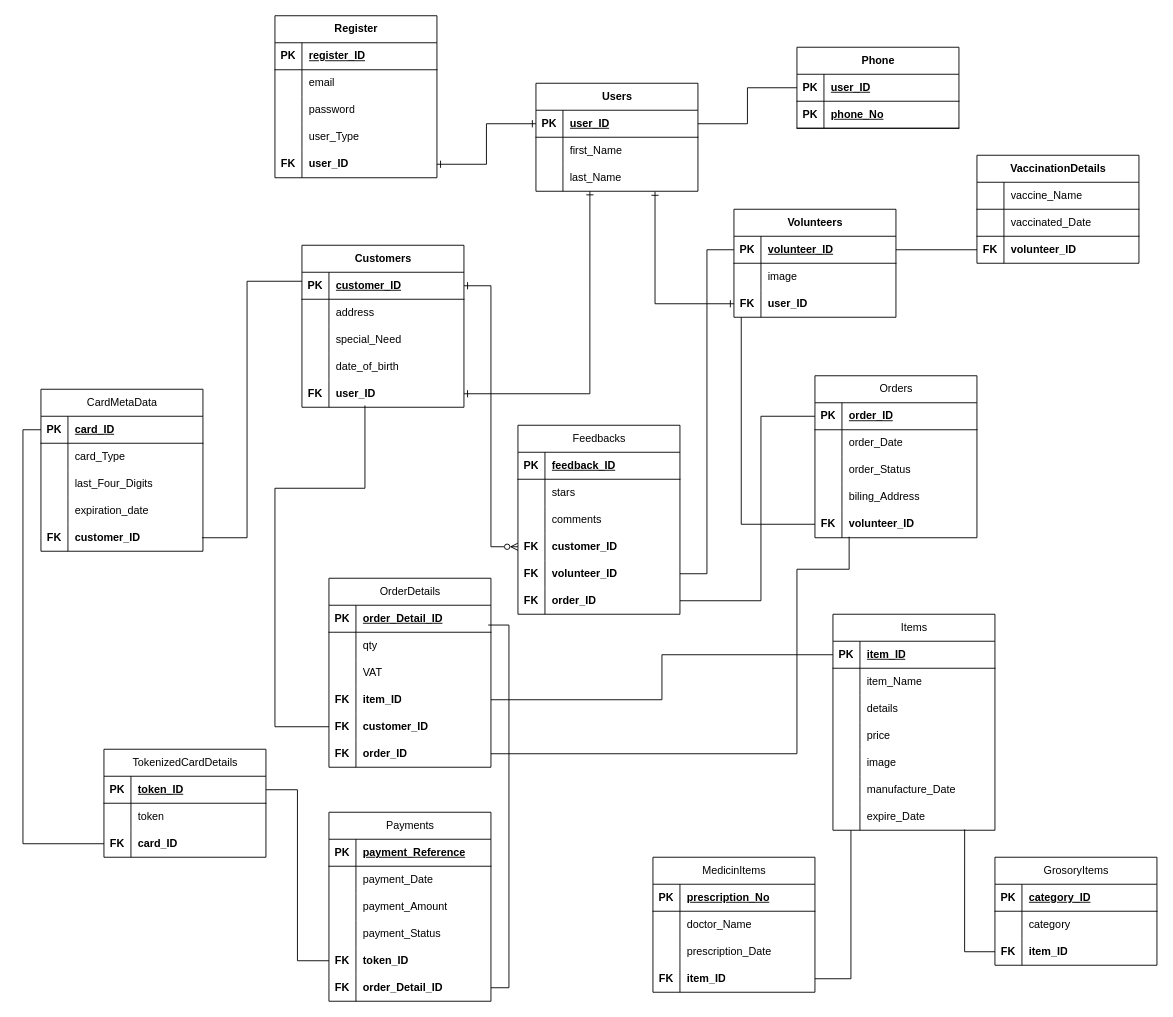
AnjeloM/AnjeloM keeps this draw.io diagram as System Analysis and Design ER Diagram.drawio. Above is the earlier version. Source tidied: cells renumbered, new cells numbered last; positions are measured from the earlier drawing's top-left corner, leaving out a move shared by most shapes. Both pictures are drawn from the tidied source at 90%, with x=0, y=0 at pixel (40, 15).
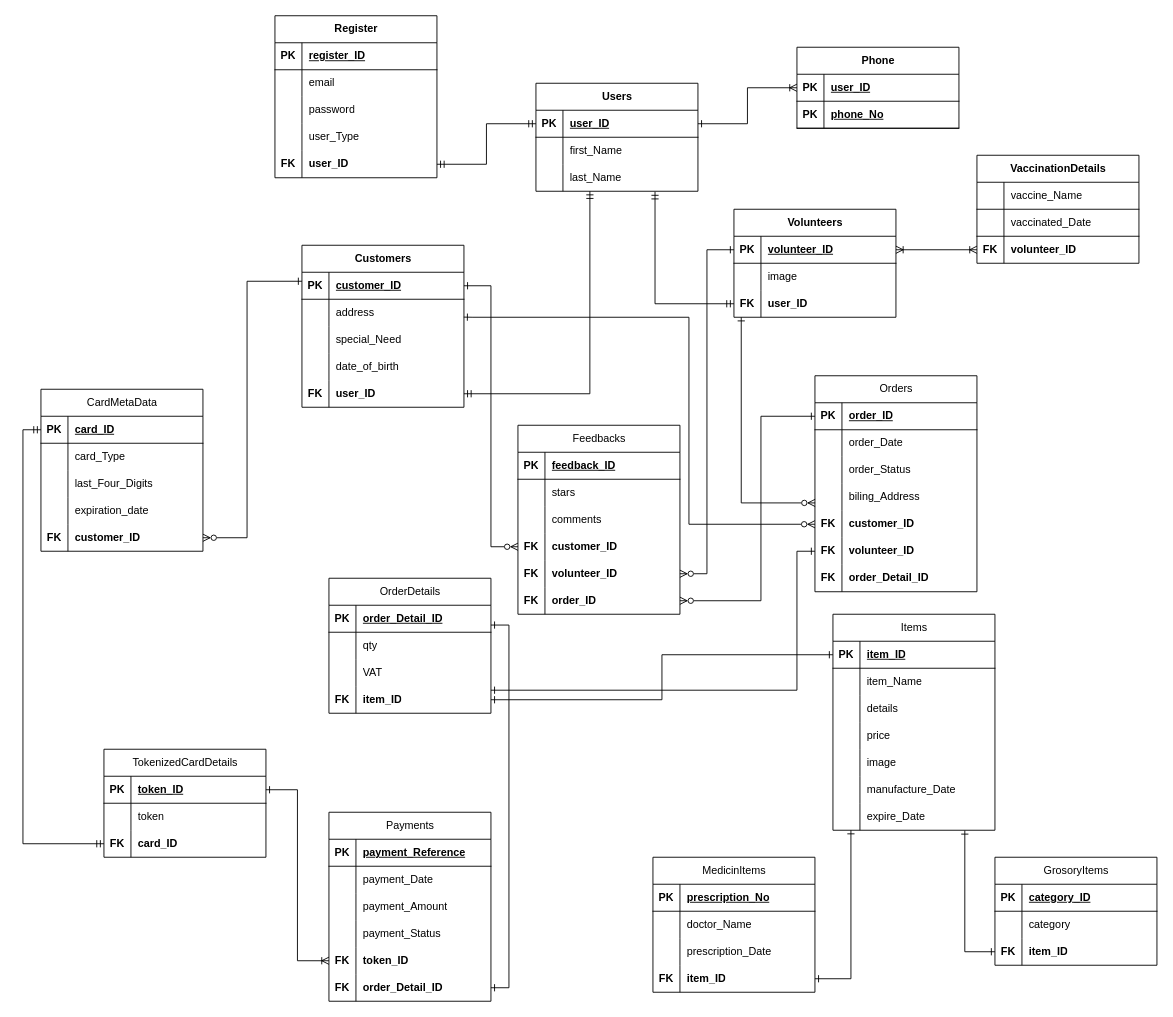
Above is the later version.

The change refers to these unchanged cells:
```xml
<mxCell id="3" style="shape=tableRow;horizontal=0;startSize=0;swimlaneHead=0;swimlaneBody=0;fillColor=none;points=[[0,0.5],[1,0.5]];portConstraint=eastwest;top=0;left=0;right=0;bottom=1;" parent="2" vertex="1">
  <mxGeometry y="30" width="180" height="30" as="geometry" />
</mxCell>
<mxCell id="9" style="shape=tableRow;horizontal=0;startSize=0;swimlaneHead=0;swimlaneBody=0;fillColor=none;points=[[0,0.5],[1,0.5]];portConstraint=eastwest;top=0;left=0;right=0;bottom=0;" parent="2" vertex="1">
  <mxGeometry y="90" width="180" height="30" as="geometry" />
</mxCell>
<mxCell id="13" style="shape=tableRow;horizontal=0;startSize=0;swimlaneHead=0;swimlaneBody=0;fillColor=none;points=[[0,0.5],[1,0.5]];portConstraint=eastwest;top=0;left=0;right=0;bottom=1;" parent="12" vertex="1">
  <mxGeometry y="30" width="180" height="30" as="geometry" />
</mxCell>
<mxCell id="32" style="shape=tableRow;horizontal=0;startSize=0;swimlaneHead=0;swimlaneBody=0;fillColor=none;points=[[0,0.5],[1,0.5]];portConstraint=eastwest;top=0;left=0;right=0;bottom=0;" parent="19" vertex="1">
  <mxGeometry y="150" width="180" height="30" as="geometry" />
</mxCell>
<mxCell id="39" style="shape=tableRow;horizontal=0;startSize=0;swimlaneHead=0;swimlaneBody=0;fillColor=none;points=[[0,0.5],[1,0.5]];portConstraint=eastwest;top=0;left=0;right=0;bottom=0;" parent="35" vertex="1">
  <mxGeometry y="60" width="180" height="30" as="geometry" />
</mxCell>
<mxCell id="48" style="shape=tableRow;horizontal=0;startSize=0;swimlaneHead=0;swimlaneBody=0;fillColor=none;points=[[0,0.5],[1,0.5]];portConstraint=eastwest;top=0;left=0;right=0;bottom=0;" parent="35" vertex="1">
  <mxGeometry y="150" width="180" height="30" as="geometry" />
</mxCell>
<mxCell id="52" style="shape=tableRow;horizontal=0;startSize=0;swimlaneHead=0;swimlaneBody=0;fillColor=none;points=[[0,0.5],[1,0.5]];portConstraint=eastwest;top=0;left=0;right=0;bottom=1;" parent="51" vertex="1">
  <mxGeometry y="30" width="180" height="30" as="geometry" />
</mxCell>
<mxCell id="58" style="shape=tableRow;horizontal=0;startSize=0;swimlaneHead=0;swimlaneBody=0;fillColor=none;points=[[0,0.5],[1,0.5]];portConstraint=eastwest;top=0;left=0;right=0;bottom=0;" parent="51" vertex="1">
  <mxGeometry y="90" width="180" height="30" as="geometry" />
</mxCell>
<mxCell id="68" style="shape=tableRow;horizontal=0;startSize=0;swimlaneHead=0;swimlaneBody=0;fillColor=none;points=[[0,0.5],[1,0.5]];portConstraint=eastwest;top=0;left=0;right=0;bottom=0;" parent="61" vertex="1">
  <mxGeometry y="90" width="180" height="30" as="geometry" />
</mxCell>
<mxCell id="72" style="shape=tableRow;horizontal=0;startSize=0;swimlaneHead=0;swimlaneBody=0;fillColor=none;points=[[0,0.5],[1,0.5]];portConstraint=eastwest;top=0;left=0;right=0;bottom=1;" parent="71" vertex="1">
  <mxGeometry y="30" width="180" height="30" as="geometry" />
</mxCell>
<mxCell id="78" style="shape=tableRow;horizontal=0;startSize=0;swimlaneHead=0;swimlaneBody=0;fillColor=none;points=[[0,0.5],[1,0.5]];portConstraint=eastwest;top=0;left=0;right=0;bottom=0;" parent="71" vertex="1">
  <mxGeometry y="90" width="180" height="30" as="geometry" />
</mxCell>
<mxCell id="82" style="shape=tableRow;horizontal=0;startSize=0;swimlaneHead=0;swimlaneBody=0;fillColor=none;points=[[0,0.5],[1,0.5]];portConstraint=eastwest;top=0;left=0;right=0;bottom=1;" parent="81" vertex="1">
  <mxGeometry y="30" width="180" height="30" as="geometry" />
</mxCell>
<mxCell id="110" style="shape=tableRow;horizontal=0;startSize=0;swimlaneHead=0;swimlaneBody=0;fillColor=none;points=[[0,0.5],[1,0.5]];portConstraint=eastwest;top=0;left=0;right=0;bottom=0;" parent="97" vertex="1">
  <mxGeometry y="150" width="180" height="30" as="geometry" />
</mxCell>
<mxCell id="113" style="shape=tableRow;horizontal=0;startSize=0;swimlaneHead=0;swimlaneBody=0;fillColor=none;points=[[0,0.5],[1,0.5]];portConstraint=eastwest;top=0;left=0;right=0;bottom=0;" parent="97" vertex="1">
  <mxGeometry y="180" width="180" height="30" as="geometry" />
</mxCell>
<mxCell id="117" style="shape=tableRow;horizontal=0;startSize=0;swimlaneHead=0;swimlaneBody=0;fillColor=none;points=[[0,0.5],[1,0.5]];portConstraint=eastwest;top=0;left=0;right=0;bottom=1;" parent="116" vertex="1">
  <mxGeometry y="30" width="180" height="30" as="geometry" />
</mxCell>
<mxCell id="135" style="shape=tableRow;horizontal=0;startSize=0;swimlaneHead=0;swimlaneBody=0;fillColor=none;points=[[0,0.5],[1,0.5]];portConstraint=eastwest;top=0;left=0;right=0;bottom=0;" parent="116" vertex="1">
  <mxGeometry y="210" width="180" height="30" as="geometry" />
</mxCell>
<mxCell id="145" style="shape=tableRow;horizontal=0;startSize=0;swimlaneHead=0;swimlaneBody=0;fillColor=none;points=[[0,0.5],[1,0.5]];portConstraint=eastwest;top=0;left=0;right=0;bottom=0;" parent="138" vertex="1">
  <mxGeometry y="90" width="180" height="30" as="geometry" />
</mxCell>
<mxCell id="158" style="shape=tableRow;horizontal=0;startSize=0;swimlaneHead=0;swimlaneBody=0;fillColor=none;points=[[0,0.5],[1,0.5]];portConstraint=eastwest;top=0;left=0;right=0;bottom=0;" parent="148" vertex="1">
  <mxGeometry y="120" width="180" height="30" as="geometry" />
</mxCell>
<mxCell id="162" style="shape=tableRow;horizontal=0;startSize=0;swimlaneHead=0;swimlaneBody=0;fillColor=none;points=[[0,0.5],[1,0.5]];portConstraint=eastwest;top=0;left=0;right=0;bottom=1;" parent="161" vertex="1">
  <mxGeometry y="30" width="180" height="30" as="geometry" />
</mxCell>
<mxCell id="171" style="shape=tableRow;horizontal=0;startSize=0;swimlaneHead=0;swimlaneBody=0;fillColor=none;points=[[0,0.5],[1,0.5]];portConstraint=eastwest;top=0;left=0;right=0;bottom=0;" parent="161" vertex="1">
  <mxGeometry y="120" width="180" height="30" as="geometry" />
</mxCell>
<mxCell id="190" style="shape=tableRow;horizontal=0;startSize=0;swimlaneHead=0;swimlaneBody=0;fillColor=none;points=[[0,0.5],[1,0.5]];portConstraint=eastwest;top=0;left=0;right=0;bottom=0;" parent="177" vertex="1">
  <mxGeometry y="150" width="180" height="30" as="geometry" />
</mxCell>
<mxCell id="193" style="shape=tableRow;horizontal=0;startSize=0;swimlaneHead=0;swimlaneBody=0;fillColor=none;points=[[0,0.5],[1,0.5]];portConstraint=eastwest;top=0;left=0;right=0;bottom=0;" parent="177" vertex="1">
  <mxGeometry y="180" width="180" height="30" as="geometry" />
</mxCell>
<mxCell id="197" style="shape=tableRow;horizontal=0;startSize=0;swimlaneHead=0;swimlaneBody=0;fillColor=none;points=[[0,0.5],[1,0.5]];portConstraint=eastwest;top=0;left=0;right=0;bottom=1;" parent="196" vertex="1">
  <mxGeometry y="30" width="180" height="30" as="geometry" />
</mxCell>
<mxCell id="206" style="shape=tableRow;horizontal=0;startSize=0;swimlaneHead=0;swimlaneBody=0;fillColor=none;points=[[0,0.5],[1,0.5]];portConstraint=eastwest;top=0;left=0;right=0;bottom=0;" parent="196" vertex="1">
  <mxGeometry y="120" width="180" height="30" as="geometry" />
</mxCell>
```

Change to the diagram source:
```diff
@@
     <mxCell id="161" value="Orders" style="shape=table;startSize=30;childLayout=tableLayout;rowLines=0;fontStyle=0;align=center;html=1;" parent="1" vertex="1">
-      <mxGeometry x="860" y="400" width="180" height="180" as="geometry" />
+      <mxGeometry x="860" y="400" width="180" height="240" as="geometry" />
     </mxCell>
@@
+    <mxCell id="233" style="shape=tableRow;horizontal=0;startSize=0;swimlaneHead=0;swimlaneBody=0;fillColor=none;points=[[0,0.5],[1,0.5]];portConstraint=eastwest;top=0;left=0;right=0;bottom=0;fontStyle=0;" parent="161" vertex="1">
+      <mxGeometry y="150" width="180" height="30" as="geometry" />
+    </mxCell>
+    <mxCell id="234" value="FK" style="shape=partialRectangle;fillColor=none;top=0;left=0;bottom=0;right=0;overflow=hidden;whiteSpace=wrap;html=1;fontStyle=1;" parent="233" vertex="1">
+      <mxGeometry width="30" height="30" as="geometry" />
+    </mxCell>
+    <mxCell id="211" value="customer_ID" style="shape=partialRectangle;fillColor=none;top=0;left=0;bottom=0;right=0;align=left;spacingLeft=6;overflow=hidden;whiteSpace=wrap;html=1;fontStyle=1;" parent="233" vertex="1">
+      <mxGeometry x="30" width="150" height="30" as="geometry" />
+    </mxCell>
     <mxCell id="174" style="shape=tableRow;horizontal=0;startSize=0;swimlaneHead=0;swimlaneBody=0;fillColor=none;points=[[0,0.5],[1,0.5]];portConstraint=eastwest;top=0;left=0;right=0;bottom=0;" parent="161" vertex="1">
-      <mxGeometry y="150" width="180" height="30" as="geometry" />
+      <mxGeometry y="180" width="180" height="30" as="geometry" />
     </mxCell>
@@
+    <mxCell id="235" style="shape=tableRow;horizontal=0;startSize=0;swimlaneHead=0;swimlaneBody=0;fillColor=none;top=0;left=0;right=0;bottom=0;" parent="161" vertex="1">
+      <mxGeometry y="210" width="180" height="30" as="geometry" />
+    </mxCell>
+    <mxCell id="236" value="FK" style="shape=partialRectangle;fillColor=none;top=0;left=0;bottom=0;right=0;overflow=hidden;whiteSpace=wrap;html=1;fontStyle=1;" parent="235" vertex="1">
+      <mxGeometry width="30" height="30" as="geometry" />
+    </mxCell>
+    <mxCell id="237" value="order_Detail_ID" style="shape=partialRectangle;fillColor=none;top=0;left=0;bottom=0;right=0;align=left;spacingLeft=6;overflow=hidden;whiteSpace=wrap;html=1;fontStyle=1;" parent="235" vertex="1">
+      <mxGeometry x="30" width="150" height="30" as="geometry" />
+    </mxCell>
@@
     <mxCell id="196" value="OrderDetails" style="shape=table;startSize=30;childLayout=tableLayout;rowLines=0;fontStyle=0;align=center;html=1;" parent="1" vertex="1">
-      <mxGeometry x="320" y="625" width="180" height="210" as="geometry" />
+      <mxGeometry x="320" y="625" width="180" height="150" as="geometry" />
     </mxCell>
@@
-    <mxCell id="209" style="shape=tableRow;horizontal=0;startSize=0;swimlaneHead=0;swimlaneBody=0;fillColor=none;points=[[0,0.5],[1,0.5]];portConstraint=eastwest;top=0;left=0;right=0;bottom=0;" parent="196" vertex="1">
-      <mxGeometry y="150" width="180" height="30" as="geometry" />
-    </mxCell>
-    <mxCell id="210" value="FK" style="shape=partialRectangle;fillColor=none;top=0;left=0;bottom=0;right=0;overflow=hidden;whiteSpace=wrap;html=1;fontStyle=1;" parent="209" vertex="1">
-      <mxGeometry width="30" height="30" as="geometry" />
-    </mxCell>
-    <mxCell id="211" value="customer_ID" style="shape=partialRectangle;fillColor=none;top=0;left=0;bottom=0;right=0;align=left;spacingLeft=6;overflow=hidden;whiteSpace=wrap;html=1;fontStyle=1;" parent="209" vertex="1">
-      <mxGeometry x="30" width="150" height="30" as="geometry" />
-    </mxCell>
-    <mxCell id="212" style="shape=tableRow;horizontal=0;startSize=0;swimlaneHead=0;swimlaneBody=0;fillColor=none;points=[[0,0.5],[1,0.5]];portConstraint=eastwest;top=0;left=0;right=0;bottom=0;" parent="196" vertex="1">
-      <mxGeometry y="180" width="180" height="30" as="geometry" />
-    </mxCell>
-    <mxCell id="213" value="FK" style="shape=partialRectangle;fillColor=none;top=0;left=0;bottom=0;right=0;overflow=hidden;whiteSpace=wrap;html=1;fontStyle=1;" parent="212" vertex="1">
-      <mxGeometry width="30" height="30" as="geometry" />
-    </mxCell>
-    <mxCell id="214" value="order_ID" style="shape=partialRectangle;fillColor=none;top=0;left=0;bottom=0;right=0;align=left;spacingLeft=6;overflow=hidden;whiteSpace=wrap;html=1;fontStyle=1;" parent="212" vertex="1">
-      <mxGeometry x="30" width="150" height="30" as="geometry" />
-    </mxCell>
-    <mxCell id="215" style="edgeStyle=orthogonalEdgeStyle;rounded=0;jettySize=auto;html=1;entryX=0.333;entryY=1;entryDx=0;entryDy=0;entryPerimeter=0;endArrow=ERone;endFill=0;startArrow=ERone;startFill=0;" parent="1" edge="1" source="48" target="9">
+    <mxCell id="215" style="edgeStyle=orthogonalEdgeStyle;rounded=0;jettySize=auto;html=1;entryX=0.333;entryY=1;entryDx=0;entryDy=0;entryPerimeter=0;endArrow=ERmandOne;endFill=0;startArrow=ERmandOne;startFill=0;" parent="1" edge="1" source="48" target="9">
       <mxGeometry relative="1" as="geometry" />
     </mxCell>
-    <mxCell id="216" style="edgeStyle=orthogonalEdgeStyle;rounded=0;jettySize=auto;html=1;entryX=0.735;entryY=1.017;entryDx=0;entryDy=0;entryPerimeter=0;endArrow=ERone;endFill=0;startArrow=ERone;startFill=0;" parent="1" edge="1" source="58" target="9">
+    <mxCell id="216" style="edgeStyle=orthogonalEdgeStyle;rounded=0;jettySize=auto;html=1;entryX=0.735;entryY=1.017;entryDx=0;entryDy=0;entryPerimeter=0;endArrow=ERmandOne;endFill=0;startArrow=ERmandOne;startFill=0;" parent="1" edge="1" source="58" target="9">
       <mxGeometry relative="1" as="geometry" />
     </mxCell>
-    <mxCell id="217" style="edgeStyle=orthogonalEdgeStyle;rounded=0;jettySize=auto;html=1;entryX=1;entryY=0.5;entryDx=0;entryDy=0;endArrow=none;endFill=0;" parent="1" edge="1" source="13" target="3">
+    <mxCell id="217" style="edgeStyle=orthogonalEdgeStyle;rounded=0;jettySize=auto;html=1;entryX=1;entryY=0.5;entryDx=0;entryDy=0;endArrow=ERone;endFill=0;startArrow=ERoneToMany;startFill=0;" parent="1" edge="1" source="13" target="3">
       <mxGeometry relative="1" as="geometry" />
     </mxCell>
-    <mxCell id="218" style="edgeStyle=orthogonalEdgeStyle;rounded=0;jettySize=auto;html=1;entryX=0;entryY=0.5;entryDx=0;entryDy=0;endArrow=ERone;endFill=0;startArrow=ERone;startFill=0;" parent="1" edge="1" source="32" target="3">
+    <mxCell id="218" style="edgeStyle=orthogonalEdgeStyle;rounded=0;jettySize=auto;html=1;entryX=0;entryY=0.5;entryDx=0;entryDy=0;endArrow=ERmandOne;endFill=0;startArrow=ERmandOne;startFill=0;" parent="1" edge="1" source="32" target="3">
       <mxGeometry relative="1" as="geometry" />
     </mxCell>
-    <mxCell id="219" style="edgeStyle=orthogonalEdgeStyle;rounded=0;jettySize=auto;html=1;entryX=1;entryY=0.5;entryDx=0;entryDy=0;endArrow=none;endFill=0;" parent="1" edge="1" source="68" target="52">
+    <mxCell id="219" style="edgeStyle=orthogonalEdgeStyle;rounded=0;jettySize=auto;html=1;entryX=1;entryY=0.5;entryDx=0;entryDy=0;endArrow=ERoneToMany;endFill=0;startArrow=ERoneToMany;startFill=0;" parent="1" edge="1" source="68" target="52">
       <mxGeometry relative="1" as="geometry" />
     </mxCell>
-    <mxCell id="220" style="edgeStyle=orthogonalEdgeStyle;rounded=0;jettySize=auto;html=1;entryX=0.111;entryY=1;entryDx=0;entryDy=0;entryPerimeter=0;endArrow=none;endFill=0;" parent="1" edge="1" source="158" target="135">
+    <mxCell id="220" style="edgeStyle=orthogonalEdgeStyle;rounded=0;jettySize=auto;html=1;entryX=0.111;entryY=1;entryDx=0;entryDy=0;entryPerimeter=0;endArrow=ERone;endFill=0;startArrow=ERone;startFill=0;" parent="1" edge="1" source="158" target="135">
       <mxGeometry relative="1" as="geometry" />
     </mxCell>
-    <mxCell id="221" style="edgeStyle=orthogonalEdgeStyle;rounded=0;jettySize=auto;html=1;entryX=0.045;entryY=1.002;entryDx=0;entryDy=0;entryPerimeter=0;endArrow=none;endFill=0;" parent="1" edge="1" source="174" target="58">
+    <mxCell id="221" style="edgeStyle=orthogonalEdgeStyle;rounded=0;jettySize=auto;html=1;entryX=0.045;entryY=1.002;entryDx=0;entryDy=0;entryPerimeter=0;endArrow=ERone;endFill=0;startArrow=ERzeroToMany;startFill=0;exitX=0.001;exitY=0.71;exitDx=0;exitDy=0;exitPerimeter=0;" parent="1" edge="1" source="171" target="58">
       <mxGeometry relative="1" as="geometry">
         <Array as="points">
-          <mxPoint x="778" y="565" />
+          <mxPoint x="778" y="541" />
         </Array>
       </mxGeometry>
     </mxCell>
@@
-    <mxCell id="223" style="edgeStyle=orthogonalEdgeStyle;rounded=0;jettySize=auto;html=1;endArrow=none;endFill=0;" parent="1" edge="1" source="110" target="52">
+    <mxCell id="223" style="edgeStyle=orthogonalEdgeStyle;rounded=0;jettySize=auto;html=1;endArrow=ERone;endFill=0;startArrow=ERzeroToMany;startFill=0;" parent="1" edge="1" source="110" target="52">
       <mxGeometry relative="1" as="geometry" />
     </mxCell>
-    <mxCell id="224" style="edgeStyle=orthogonalEdgeStyle;rounded=0;jettySize=auto;html=1;endArrow=none;endFill=0;" parent="1" edge="1" source="113" target="162">
+    <mxCell id="224" style="edgeStyle=orthogonalEdgeStyle;rounded=0;jettySize=auto;html=1;endArrow=ERone;endFill=0;startArrow=ERzeroToMany;startFill=0;" parent="1" edge="1" source="113" target="162">
       <mxGeometry relative="1" as="geometry">
         <Array as="points">
           <mxPoint x="800" y="650" />
           <mxPoint x="800" y="445" />
         </Array>
       </mxGeometry>
     </mxCell>
-    <mxCell id="225" style="edgeStyle=orthogonalEdgeStyle;rounded=0;jettySize=auto;html=1;endArrow=none;endFill=0;" parent="1" edge="1" source="206" target="117">
+    <mxCell id="225" style="edgeStyle=orthogonalEdgeStyle;rounded=0;jettySize=auto;html=1;endArrow=ERone;endFill=0;startArrow=ERone;startFill=0;" parent="1" edge="1" source="206" target="117">
       <mxGeometry relative="1" as="geometry" />
     </mxCell>
-    <mxCell id="226" style="edgeStyle=orthogonalEdgeStyle;rounded=0;jettySize=auto;html=1;endArrow=none;endFill=0;" parent="1" edge="1" source="209">
-      <mxGeometry relative="1" as="geometry">
-        <mxPoint x="360" y="433" as="targetPoint" />
-        <Array as="points">
-          <mxPoint x="260" y="790" />
-          <mxPoint x="260" y="525" />
-          <mxPoint x="360" y="525" />
-          <mxPoint x="360" y="433" />
-        </Array>
-      </mxGeometry>
-    </mxCell>
-    <mxCell id="227" style="edgeStyle=orthogonalEdgeStyle;rounded=0;jettySize=auto;html=1;entryX=0.211;entryY=0.962;entryDx=0;entryDy=0;entryPerimeter=0;endArrow=none;endFill=0;" parent="1" edge="1" source="212" target="174">
-      <mxGeometry relative="1" as="geometry">
-        <Array as="points">
-          <mxPoint x="840" y="820" />
-          <mxPoint x="840" y="615" />
-          <mxPoint x="898" y="615" />
-        </Array>
-      </mxGeometry>
-    </mxCell>
-    <mxCell id="228" style="edgeStyle=orthogonalEdgeStyle;rounded=0;jettySize=auto;html=1;entryX=0.813;entryY=0.971;entryDx=0;entryDy=0;entryPerimeter=0;endArrow=none;endFill=0;" parent="1" edge="1" source="145" target="135">
+    <mxCell id="228" style="edgeStyle=orthogonalEdgeStyle;rounded=0;jettySize=auto;html=1;entryX=0.814;entryY=1.01;entryDx=0;entryDy=0;entryPerimeter=0;endArrow=ERone;endFill=0;startArrow=ERone;startFill=0;" parent="1" edge="1" source="145" target="135">
       <mxGeometry relative="1" as="geometry" />
     </mxCell>
-    <mxCell id="229" style="edgeStyle=orthogonalEdgeStyle;rounded=0;orthogonalLoop=1;jettySize=auto;html=1;endArrow=none;endFill=0;" parent="1" edge="1">
+    <mxCell id="229" style="edgeStyle=orthogonalEdgeStyle;rounded=0;orthogonalLoop=1;jettySize=auto;html=1;endArrow=ERone;endFill=0;startArrow=ERzeroToMany;startFill=0;" parent="1" edge="1">
       <mxGeometry relative="1" as="geometry">
-        <mxPoint x="178.9" y="580" as="sourcePoint" />
+        <mxPoint x="180" y="580" as="sourcePoint" />
         <mxPoint x="290" y="295" as="targetPoint" />
         <Array as="points">
           <mxPoint x="229" y="580" />
           <mxPoint x="229" y="295" />
           <mxPoint x="290" y="295" />
         </Array>
       </mxGeometry>
     </mxCell>
-    <mxCell id="230" style="edgeStyle=orthogonalEdgeStyle;rounded=0;jettySize=auto;html=1;entryX=0;entryY=0.5;entryDx=0;entryDy=0;endArrow=none;endFill=0;" parent="1" edge="1" source="78" target="82">
+    <mxCell id="230" style="edgeStyle=orthogonalEdgeStyle;rounded=0;jettySize=auto;html=1;entryX=0;entryY=0.5;entryDx=0;entryDy=0;endArrow=ERmandOne;endFill=0;startArrow=ERmandOne;startFill=0;" parent="1" edge="1" source="78" target="82">
       <mxGeometry relative="1" as="geometry" />
     </mxCell>
-    <mxCell id="231" style="edgeStyle=orthogonalEdgeStyle;rounded=0;jettySize=auto;html=1;entryX=1;entryY=0.5;entryDx=0;entryDy=0;endArrow=none;endFill=0;" parent="1" edge="1" source="190" target="72">
+    <mxCell id="231" style="edgeStyle=orthogonalEdgeStyle;rounded=0;jettySize=auto;html=1;entryX=1;entryY=0.5;entryDx=0;entryDy=0;endArrow=ERone;endFill=0;startArrow=ERoneToMany;startFill=0;" parent="1" edge="1" source="190" target="72">
       <mxGeometry relative="1" as="geometry" />
     </mxCell>
-    <mxCell id="232" style="edgeStyle=orthogonalEdgeStyle;rounded=0;jettySize=auto;html=1;entryX=0.983;entryY=0.733;entryDx=0;entryDy=0;entryPerimeter=0;endArrow=none;endFill=0;" parent="1" edge="1" source="193" target="197">
+    <mxCell id="232" style="edgeStyle=orthogonalEdgeStyle;rounded=0;jettySize=auto;html=1;endArrow=ERone;endFill=0;startArrow=ERone;startFill=0;" parent="1" edge="1" source="193">
       <mxGeometry relative="1" as="geometry">
+        <mxPoint x="500" y="677" as="targetPoint" />
         <Array as="points">
           <mxPoint x="520" y="1080" />
           <mxPoint x="520" y="677" />
         </Array>
       </mxGeometry>
     </mxCell>
+    <mxCell id="238" style="edgeStyle=orthogonalEdgeStyle;rounded=0;jettySize=auto;html=1;entryX=1;entryY=0.146;entryDx=0;entryDy=0;entryPerimeter=0;endArrow=ERone;endFill=0;startArrow=ERone;startFill=0;" parent="1" edge="1" target="206">
+      <mxGeometry relative="1" as="geometry">
+        <mxPoint x="860" y="595" as="sourcePoint" />
+        <Array as="points">
+          <mxPoint x="840" y="595" />
+          <mxPoint x="840" y="749" />
+        </Array>
+      </mxGeometry>
+    </mxCell>
+    <mxCell id="239" style="edgeStyle=orthogonalEdgeStyle;rounded=0;jettySize=auto;html=1;entryX=0.999;entryY=0.662;entryDx=0;entryDy=0;endArrow=ERone;endFill=0;entryPerimeter=0;startArrow=ERzeroToMany;startFill=0;" parent="1" edge="1" source="233" target="39">
+      <mxGeometry relative="1" as="geometry">
+        <Array as="points">
+          <mxPoint x="720" y="565" />
+          <mxPoint x="720" y="335" />
+          <mxPoint x="480" y="335" />
+        </Array>
+      </mxGeometry>
+    </mxCell>
```
